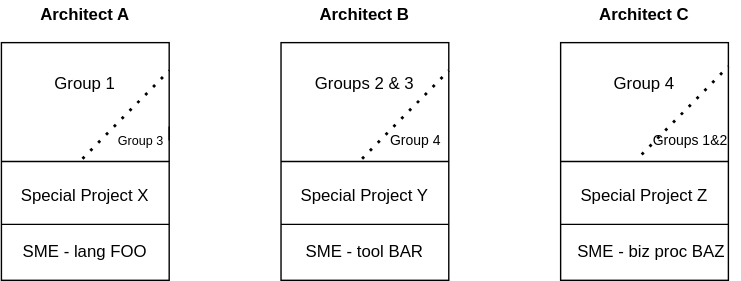
Earlier version of the draw.io export Architecture Ideas-Architects POV.svg (CrossEye/temp). Source tidied: cells renumbered, new cells last; positions are measured from the earlier drawing's top-left corner, leaving out a move shared by most shapes. Its diagram source:
```xml
<mxGraphModel>
  <root>
    <mxCell id="0" />
    <mxCell id="1" parent="0" />
    <mxCell id="2" style="rounded=0;whiteSpace=wrap;html=1;" parent="1" vertex="1">
      <mxGeometry y="30" width="120" height="170" as="geometry" />
    </mxCell>
    <mxCell id="3" style="endArrow=none;html=1;" parent="1" edge="1" source="2">
      <mxGeometry relative="1" as="geometry">
        <mxPoint x="120" y="90" as="targetPoint" />
        <Array as="points">
          <mxPoint x="120" y="100" />
        </Array>
      </mxGeometry>
    </mxCell>
    <mxCell id="4" style="endArrow=none;html=1;entryX=1;entryY=0.5;entryDx=0;entryDy=0;exitX=0;exitY=0.5;exitDx=0;exitDy=0;" parent="1" edge="1" source="2" target="2">
      <mxGeometry relative="1" as="geometry" />
    </mxCell>
    <mxCell id="5" style="endArrow=none;html=1;entryX=1;entryY=0.5;entryDx=0;entryDy=0;exitX=0;exitY=0.5;exitDx=0;exitDy=0;" parent="1" edge="1">
      <mxGeometry relative="1" as="geometry">
        <mxPoint y="160" as="sourcePoint" />
        <mxPoint x="120" y="160" as="targetPoint" />
      </mxGeometry>
    </mxCell>
    <mxCell id="6" style="rounded=0;whiteSpace=wrap;html=1;" parent="1" vertex="1">
      <mxGeometry x="200" y="30" width="120" height="170" as="geometry" />
    </mxCell>
    <mxCell id="7" style="endArrow=none;html=1;entryX=1;entryY=0.5;entryDx=0;entryDy=0;exitX=0;exitY=0.5;exitDx=0;exitDy=0;" parent="1" edge="1" source="6" target="6">
      <mxGeometry relative="1" as="geometry" />
    </mxCell>
    <mxCell id="8" style="endArrow=none;html=1;entryX=1;entryY=0.5;entryDx=0;entryDy=0;exitX=0;exitY=0.5;exitDx=0;exitDy=0;" parent="1" edge="1">
      <mxGeometry relative="1" as="geometry">
        <mxPoint x="200" y="160" as="sourcePoint" />
        <mxPoint x="320" y="160" as="targetPoint" />
      </mxGeometry>
    </mxCell>
    <mxCell id="9" style="rounded=0;whiteSpace=wrap;html=1;" parent="1" vertex="1">
      <mxGeometry x="400" y="30" width="120" height="170" as="geometry" />
    </mxCell>
    <mxCell id="10" style="endArrow=none;html=1;entryX=1;entryY=0.5;entryDx=0;entryDy=0;exitX=0;exitY=0.5;exitDx=0;exitDy=0;" parent="1" edge="1" source="9" target="9">
      <mxGeometry relative="1" as="geometry" />
    </mxCell>
    <mxCell id="11" style="endArrow=none;html=1;entryX=1;entryY=0.5;entryDx=0;entryDy=0;exitX=0;exitY=0.5;exitDx=0;exitDy=0;" parent="1" edge="1">
      <mxGeometry relative="1" as="geometry">
        <mxPoint x="400" y="160" as="sourcePoint" />
        <mxPoint x="520" y="160" as="targetPoint" />
      </mxGeometry>
    </mxCell>
    <mxCell id="12" value="&lt;b&gt;Architect A&lt;/b&gt;" style="text;html=1;strokeColor=none;fillColor=none;align=center;verticalAlign=middle;whiteSpace=wrap;rounded=0;" parent="1" vertex="1">
      <mxGeometry width="120" height="20" as="geometry" />
    </mxCell>
    <mxCell id="13" value="&lt;b&gt;Architect B&lt;/b&gt;" style="text;html=1;strokeColor=none;fillColor=none;align=center;verticalAlign=middle;whiteSpace=wrap;rounded=0;" parent="1" vertex="1">
      <mxGeometry x="200" width="120" height="20" as="geometry" />
    </mxCell>
    <mxCell id="14" value="&lt;b&gt;Architect C&lt;/b&gt;" style="text;html=1;strokeColor=none;fillColor=none;align=center;verticalAlign=middle;whiteSpace=wrap;rounded=0;" parent="1" vertex="1">
      <mxGeometry x="400" width="120" height="20" as="geometry" />
    </mxCell>
    <mxCell id="15" style="endArrow=none;dashed=1;html=1;dashPattern=1 3;strokeWidth=2;exitX=0;exitY=1;exitDx=0;exitDy=0;" parent="1" edge="1" source="21">
      <mxGeometry relative="1" as="geometry">
        <mxPoint x="520" y="47" as="targetPoint" />
      </mxGeometry>
    </mxCell>
    <mxCell id="16" value="Group 1" style="text;html=1;strokeColor=none;fillColor=none;align=center;verticalAlign=middle;whiteSpace=wrap;rounded=0;" parent="1" vertex="1">
      <mxGeometry x="30" y="50" width="60" height="20" as="geometry" />
    </mxCell>
    <mxCell id="17" value="Groups 2 &amp;amp; 3" style="text;html=1;strokeColor=none;fillColor=none;align=center;verticalAlign=middle;whiteSpace=wrap;rounded=0;" parent="1" vertex="1">
      <mxGeometry x="220" y="50" width="80" height="20" as="geometry" />
    </mxCell>
    <mxCell id="18" value="Group 4" style="text;html=1;strokeColor=none;fillColor=none;align=center;verticalAlign=middle;whiteSpace=wrap;rounded=0;" parent="1" vertex="1">
      <mxGeometry x="430" y="50" width="60" height="20" as="geometry" />
    </mxCell>
    <mxCell id="19" value="&lt;font style=&quot;font-size: 9px&quot;&gt;Group 3&lt;/font&gt;" style="text;html=1;strokeColor=none;fillColor=none;align=center;verticalAlign=middle;whiteSpace=wrap;rounded=0;" parent="1" vertex="1">
      <mxGeometry x="80" y="90" width="40" height="20" as="geometry" />
    </mxCell>
    <mxCell id="20" value="&lt;font size=&quot;1&quot;&gt;Group 4&lt;/font&gt;" style="text;html=1;strokeColor=none;fillColor=none;align=center;verticalAlign=middle;whiteSpace=wrap;rounded=0;" parent="1" vertex="1">
      <mxGeometry x="274" y="90" width="45" height="20" as="geometry" />
    </mxCell>
    <mxCell id="21" value="&lt;font size=&quot;1&quot;&gt;Groups 1&amp;amp;2&lt;/font&gt;" style="text;html=1;strokeColor=none;fillColor=none;align=center;verticalAlign=middle;whiteSpace=wrap;rounded=0;" parent="1" vertex="1">
      <mxGeometry x="458" y="90" width="70" height="20" as="geometry" />
    </mxCell>
    <mxCell id="22" style="endArrow=none;dashed=1;html=1;dashPattern=1 3;strokeWidth=2;exitX=0;exitY=1;exitDx=0;exitDy=0;" parent="1" edge="1">
      <mxGeometry relative="1" as="geometry">
        <mxPoint x="258" y="113" as="sourcePoint" />
        <mxPoint x="320" y="50" as="targetPoint" />
      </mxGeometry>
    </mxCell>
    <mxCell id="23" style="endArrow=none;dashed=1;html=1;dashPattern=1 3;strokeWidth=2;exitX=0;exitY=1;exitDx=0;exitDy=0;" parent="1" edge="1">
      <mxGeometry relative="1" as="geometry">
        <mxPoint x="58" y="113" as="sourcePoint" />
        <mxPoint x="120" y="50" as="targetPoint" />
      </mxGeometry>
    </mxCell>
    <mxCell id="24" value="Special Project X" style="text;html=1;strokeColor=none;fillColor=none;align=center;verticalAlign=middle;whiteSpace=wrap;rounded=0;" parent="1" vertex="1">
      <mxGeometry x="10" y="130" width="100" height="20" as="geometry" />
    </mxCell>
    <mxCell id="25" value="Special Project Y" style="text;html=1;strokeColor=none;fillColor=none;align=center;verticalAlign=middle;whiteSpace=wrap;rounded=0;" parent="1" vertex="1">
      <mxGeometry x="210" y="130" width="100" height="20" as="geometry" />
    </mxCell>
    <mxCell id="26" value="Special Project Z" style="text;html=1;strokeColor=none;fillColor=none;align=center;verticalAlign=middle;whiteSpace=wrap;rounded=0;" parent="1" vertex="1">
      <mxGeometry x="410" y="130" width="100" height="20" as="geometry" />
    </mxCell>
    <mxCell id="27" value="SME - lang FOO" style="text;html=1;strokeColor=none;fillColor=none;align=center;verticalAlign=middle;whiteSpace=wrap;rounded=0;" parent="1" vertex="1">
      <mxGeometry x="10" y="170" width="100" height="20" as="geometry" />
    </mxCell>
    <mxCell id="28" value="SME - tool BAR" style="text;html=1;strokeColor=none;fillColor=none;align=center;verticalAlign=middle;whiteSpace=wrap;rounded=0;" parent="1" vertex="1">
      <mxGeometry x="210" y="170" width="100" height="20" as="geometry" />
    </mxCell>
    <mxCell id="29" value="SME - biz proc BAZ" style="text;html=1;strokeColor=none;fillColor=none;align=center;verticalAlign=middle;whiteSpace=wrap;rounded=0;" parent="1" vertex="1">
      <mxGeometry x="410" y="170" width="110" height="20" as="geometry" />
    </mxCell>
  </root>
</mxGraphModel>
```
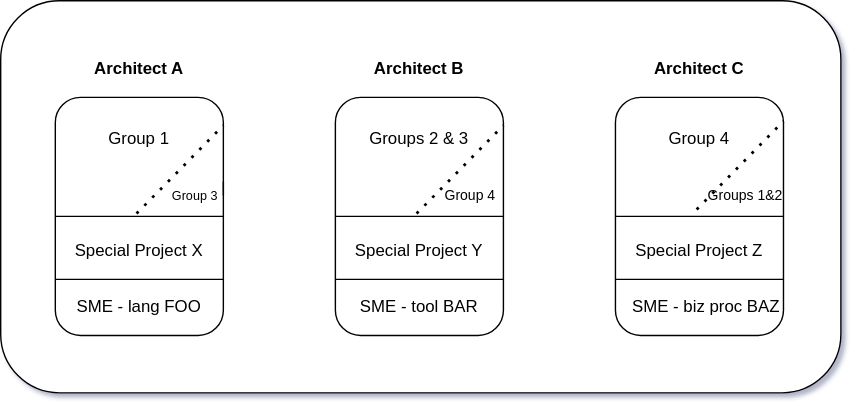
The same file after the commit.

Diff of the diagram source:
```diff
@@ -1,8 +1,11 @@
-<mxGraphModel>
+<mxGraphModel shadow="1">
   <root>
     <mxCell id="0" />
     <mxCell id="1" parent="0" />
+    <mxCell id="30" style="rounded=1;whiteSpace=wrap;html=1;" parent="1" vertex="1">
+      <mxGeometry x="-39" y="-39" width="600" height="280" as="geometry" />
+    </mxCell>
-    <mxCell id="2" style="rounded=0;whiteSpace=wrap;html=1;" parent="1" vertex="1">
+    <mxCell id="2" style="whiteSpace=wrap;html=1;rounded=1;" parent="1" vertex="1">
       <mxGeometry y="30" width="120" height="170" as="geometry" />
     </mxCell>
     <mxCell id="3" style="endArrow=none;html=1;" parent="1" edge="1" source="2">
@@ -22,7 +25,7 @@
         <mxPoint x="120" y="160" as="targetPoint" />
       </mxGeometry>
     </mxCell>
-    <mxCell id="6" style="rounded=0;whiteSpace=wrap;html=1;" parent="1" vertex="1">
+    <mxCell id="6" style="whiteSpace=wrap;html=1;rounded=1;" parent="1" vertex="1">
       <mxGeometry x="200" y="30" width="120" height="170" as="geometry" />
     </mxCell>
     <mxCell id="7" style="endArrow=none;html=1;entryX=1;entryY=0.5;entryDx=0;entryDy=0;exitX=0;exitY=0.5;exitDx=0;exitDy=0;" parent="1" edge="1" source="6" target="6">
@@ -34,7 +37,7 @@
         <mxPoint x="320" y="160" as="targetPoint" />
       </mxGeometry>
     </mxCell>
-    <mxCell id="9" style="rounded=0;whiteSpace=wrap;html=1;" parent="1" vertex="1">
+    <mxCell id="9" style="whiteSpace=wrap;html=1;rounded=1;" parent="1" vertex="1">
       <mxGeometry x="400" y="30" width="120" height="170" as="geometry" />
     </mxCell>
     <mxCell id="10" style="endArrow=none;html=1;entryX=1;entryY=0.5;entryDx=0;entryDy=0;exitX=0;exitY=0.5;exitDx=0;exitDy=0;" parent="1" edge="1" source="9" target="9">
@@ -46,13 +49,13 @@
         <mxPoint x="520" y="160" as="targetPoint" />
       </mxGeometry>
     </mxCell>
-    <mxCell id="12" value="&lt;b&gt;Architect A&lt;/b&gt;" style="text;html=1;strokeColor=none;fillColor=none;align=center;verticalAlign=middle;whiteSpace=wrap;rounded=0;" parent="1" vertex="1">
+    <mxCell id="12" value="&lt;b&gt;Architect A&lt;/b&gt;" style="text;html=1;strokeColor=none;fillColor=none;align=center;verticalAlign=middle;whiteSpace=wrap;rounded=1;" parent="1" vertex="1">
       <mxGeometry width="120" height="20" as="geometry" />
     </mxCell>
-    <mxCell id="13" value="&lt;b&gt;Architect B&lt;/b&gt;" style="text;html=1;strokeColor=none;fillColor=none;align=center;verticalAlign=middle;whiteSpace=wrap;rounded=0;" parent="1" vertex="1">
+    <mxCell id="13" value="&lt;b&gt;Architect B&lt;/b&gt;" style="text;html=1;strokeColor=none;fillColor=none;align=center;verticalAlign=middle;whiteSpace=wrap;rounded=1;" parent="1" vertex="1">
       <mxGeometry x="200" width="120" height="20" as="geometry" />
     </mxCell>
-    <mxCell id="14" value="&lt;b&gt;Architect C&lt;/b&gt;" style="text;html=1;strokeColor=none;fillColor=none;align=center;verticalAlign=middle;whiteSpace=wrap;rounded=0;" parent="1" vertex="1">
+    <mxCell id="14" value="&lt;b&gt;Architect C&lt;/b&gt;" style="text;html=1;strokeColor=none;fillColor=none;align=center;verticalAlign=middle;whiteSpace=wrap;rounded=1;" parent="1" vertex="1">
       <mxGeometry x="400" width="120" height="20" as="geometry" />
     </mxCell>
     <mxCell id="15" style="endArrow=none;dashed=1;html=1;dashPattern=1 3;strokeWidth=2;exitX=0;exitY=1;exitDx=0;exitDy=0;" parent="1" edge="1" source="21">
@@ -60,22 +63,22 @@
         <mxPoint x="520" y="47" as="targetPoint" />
       </mxGeometry>
     </mxCell>
-    <mxCell id="16" value="Group 1" style="text;html=1;strokeColor=none;fillColor=none;align=center;verticalAlign=middle;whiteSpace=wrap;rounded=0;" parent="1" vertex="1">
+    <mxCell id="16" value="Group 1" style="text;html=1;strokeColor=none;fillColor=none;align=center;verticalAlign=middle;whiteSpace=wrap;rounded=1;" parent="1" vertex="1">
       <mxGeometry x="30" y="50" width="60" height="20" as="geometry" />
     </mxCell>
-    <mxCell id="17" value="Groups 2 &amp;amp; 3" style="text;html=1;strokeColor=none;fillColor=none;align=center;verticalAlign=middle;whiteSpace=wrap;rounded=0;" parent="1" vertex="1">
+    <mxCell id="17" value="Groups 2 &amp;amp; 3" style="text;html=1;strokeColor=none;fillColor=none;align=center;verticalAlign=middle;whiteSpace=wrap;rounded=1;" parent="1" vertex="1">
       <mxGeometry x="220" y="50" width="80" height="20" as="geometry" />
     </mxCell>
-    <mxCell id="18" value="Group 4" style="text;html=1;strokeColor=none;fillColor=none;align=center;verticalAlign=middle;whiteSpace=wrap;rounded=0;" parent="1" vertex="1">
+    <mxCell id="18" value="Group 4" style="text;html=1;strokeColor=none;fillColor=none;align=center;verticalAlign=middle;whiteSpace=wrap;rounded=1;" parent="1" vertex="1">
       <mxGeometry x="430" y="50" width="60" height="20" as="geometry" />
     </mxCell>
-    <mxCell id="19" value="&lt;font style=&quot;font-size: 9px&quot;&gt;Group 3&lt;/font&gt;" style="text;html=1;strokeColor=none;fillColor=none;align=center;verticalAlign=middle;whiteSpace=wrap;rounded=0;" parent="1" vertex="1">
+    <mxCell id="19" value="&lt;font style=&quot;font-size: 9px&quot;&gt;Group 3&lt;/font&gt;" style="text;html=1;strokeColor=none;fillColor=none;align=center;verticalAlign=middle;whiteSpace=wrap;rounded=1;" parent="1" vertex="1">
       <mxGeometry x="80" y="90" width="40" height="20" as="geometry" />
     </mxCell>
-    <mxCell id="20" value="&lt;font size=&quot;1&quot;&gt;Group 4&lt;/font&gt;" style="text;html=1;strokeColor=none;fillColor=none;align=center;verticalAlign=middle;whiteSpace=wrap;rounded=0;" parent="1" vertex="1">
+    <mxCell id="20" value="&lt;font size=&quot;1&quot;&gt;Group 4&lt;/font&gt;" style="text;html=1;strokeColor=none;fillColor=none;align=center;verticalAlign=middle;whiteSpace=wrap;rounded=1;" parent="1" vertex="1">
       <mxGeometry x="274" y="90" width="45" height="20" as="geometry" />
     </mxCell>
-    <mxCell id="21" value="&lt;font size=&quot;1&quot;&gt;Groups 1&amp;amp;2&lt;/font&gt;" style="text;html=1;strokeColor=none;fillColor=none;align=center;verticalAlign=middle;whiteSpace=wrap;rounded=0;" parent="1" vertex="1">
+    <mxCell id="21" value="&lt;font size=&quot;1&quot;&gt;Groups 1&amp;amp;2&lt;/font&gt;" style="text;html=1;strokeColor=none;fillColor=none;align=center;verticalAlign=middle;whiteSpace=wrap;rounded=1;" parent="1" vertex="1">
       <mxGeometry x="458" y="90" width="70" height="20" as="geometry" />
     </mxCell>
     <mxCell id="22" style="endArrow=none;dashed=1;html=1;dashPattern=1 3;strokeWidth=2;exitX=0;exitY=1;exitDx=0;exitDy=0;" parent="1" edge="1">
@@ -90,22 +93,22 @@
         <mxPoint x="120" y="50" as="targetPoint" />
       </mxGeometry>
     </mxCell>
-    <mxCell id="24" value="Special Project X" style="text;html=1;strokeColor=none;fillColor=none;align=center;verticalAlign=middle;whiteSpace=wrap;rounded=0;" parent="1" vertex="1">
+    <mxCell id="24" value="Special Project X" style="text;html=1;strokeColor=none;fillColor=none;align=center;verticalAlign=middle;whiteSpace=wrap;rounded=1;" parent="1" vertex="1">
       <mxGeometry x="10" y="130" width="100" height="20" as="geometry" />
     </mxCell>
-    <mxCell id="25" value="Special Project Y" style="text;html=1;strokeColor=none;fillColor=none;align=center;verticalAlign=middle;whiteSpace=wrap;rounded=0;" parent="1" vertex="1">
+    <mxCell id="25" value="Special Project Y" style="text;html=1;strokeColor=none;fillColor=none;align=center;verticalAlign=middle;whiteSpace=wrap;rounded=1;" parent="1" vertex="1">
       <mxGeometry x="210" y="130" width="100" height="20" as="geometry" />
     </mxCell>
-    <mxCell id="26" value="Special Project Z" style="text;html=1;strokeColor=none;fillColor=none;align=center;verticalAlign=middle;whiteSpace=wrap;rounded=0;" parent="1" vertex="1">
+    <mxCell id="26" value="Special Project Z" style="text;html=1;strokeColor=none;fillColor=none;align=center;verticalAlign=middle;whiteSpace=wrap;rounded=1;" parent="1" vertex="1">
       <mxGeometry x="410" y="130" width="100" height="20" as="geometry" />
     </mxCell>
-    <mxCell id="27" value="SME - lang FOO" style="text;html=1;strokeColor=none;fillColor=none;align=center;verticalAlign=middle;whiteSpace=wrap;rounded=0;" parent="1" vertex="1">
+    <mxCell id="27" value="SME - lang FOO" style="text;html=1;strokeColor=none;fillColor=none;align=center;verticalAlign=middle;whiteSpace=wrap;rounded=1;" parent="1" vertex="1">
       <mxGeometry x="10" y="170" width="100" height="20" as="geometry" />
     </mxCell>
-    <mxCell id="28" value="SME - tool BAR" style="text;html=1;strokeColor=none;fillColor=none;align=center;verticalAlign=middle;whiteSpace=wrap;rounded=0;" parent="1" vertex="1">
+    <mxCell id="28" value="SME - tool BAR" style="text;html=1;strokeColor=none;fillColor=none;align=center;verticalAlign=middle;whiteSpace=wrap;rounded=1;" parent="1" vertex="1">
       <mxGeometry x="210" y="170" width="100" height="20" as="geometry" />
     </mxCell>
-    <mxCell id="29" value="SME - biz proc BAZ" style="text;html=1;strokeColor=none;fillColor=none;align=center;verticalAlign=middle;whiteSpace=wrap;rounded=0;" parent="1" vertex="1">
+    <mxCell id="29" value="SME - biz proc BAZ" style="text;html=1;strokeColor=none;fillColor=none;align=center;verticalAlign=middle;whiteSpace=wrap;rounded=1;" parent="1" vertex="1">
       <mxGeometry x="410" y="170" width="110" height="20" as="geometry" />
     </mxCell>
   </root>
```
